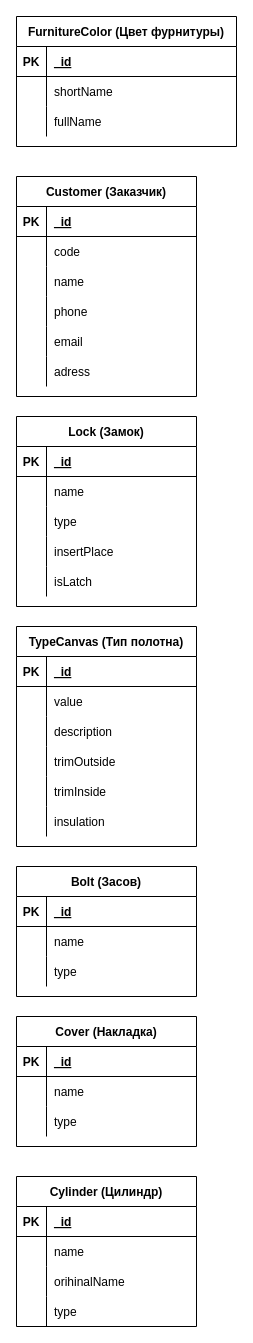
ProSysYo/bunker keeps this draw.io diagram as schema.drawio. Above is the earlier version. Source tidied: cells renumbered, new cells numbered last; positions are measured from the earlier drawing's top-left corner, leaving out a move shared by most shapes. Both pictures are drawn from the tidied source at 100%, with x=0, y=0 at pixel (16, 16).
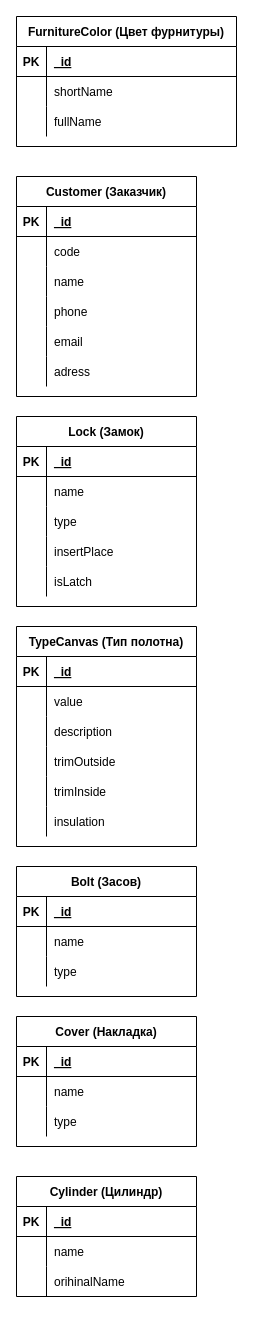
The same diagram, later.

Diff of the diagram source:
```diff
@@
     <mxCell id="86" value="Cylinder (Цилиндр)" style="shape=table;startSize=30;childLayout=tableLayout;rowLines=0;fontStyle=1;align=center;" parent="1" vertex="1">
-      <mxGeometry y="1160" width="180" height="150" as="geometry" />
+      <mxGeometry y="1160" width="180" height="120" as="geometry" />
     </mxCell>
@@
-    <mxCell id="96" style="shape=partialRectangle;fillColor=none;top=0;left=0;bottom=0;right=0;" parent="86" vertex="1">
-      <mxGeometry y="120" width="180" height="30" as="geometry" />
-    </mxCell>
-    <mxCell id="97" style="shape=partialRectangle;fillColor=none;top=0;left=0;bottom=0;right=0;overflow=hidden;" parent="96" vertex="1">
-      <mxGeometry width="30" height="30" as="geometry" />
-    </mxCell>
-    <mxCell id="98" value="type" style="shape=partialRectangle;fillColor=none;top=0;left=0;bottom=0;right=0;align=left;spacingLeft=6;overflow=hidden;" parent="96" vertex="1">
-      <mxGeometry x="30" width="150" height="30" as="geometry" />
-    </mxCell>
```
